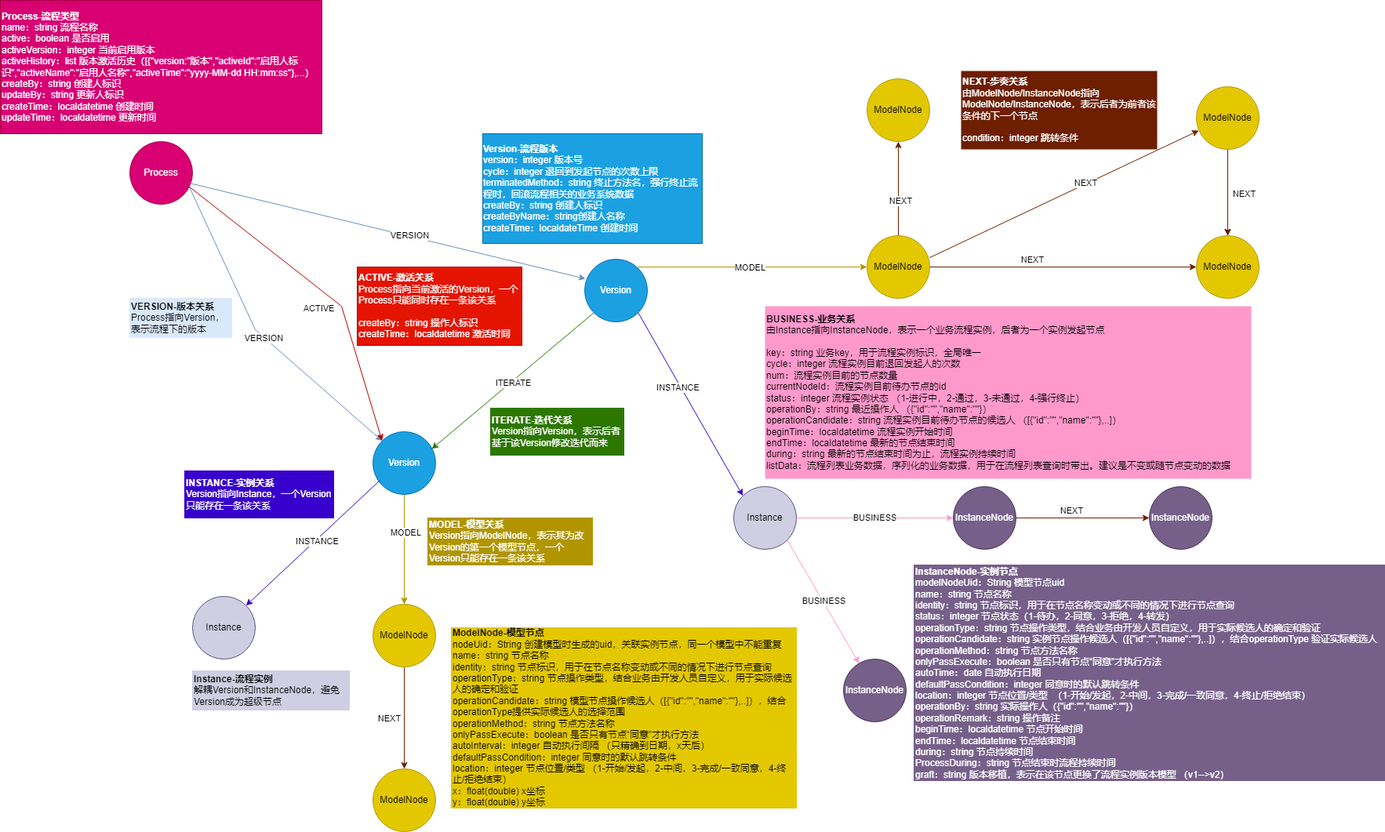
Before: src/main/resources/model/NeoFlow数据建模.png, a diagram exported from draw.io (PC8650/NeoFlow). Source tidied: cells renumbered, new cells last; positions are measured from the earlier drawing's top-left corner, leaving out a move shared by most shapes.
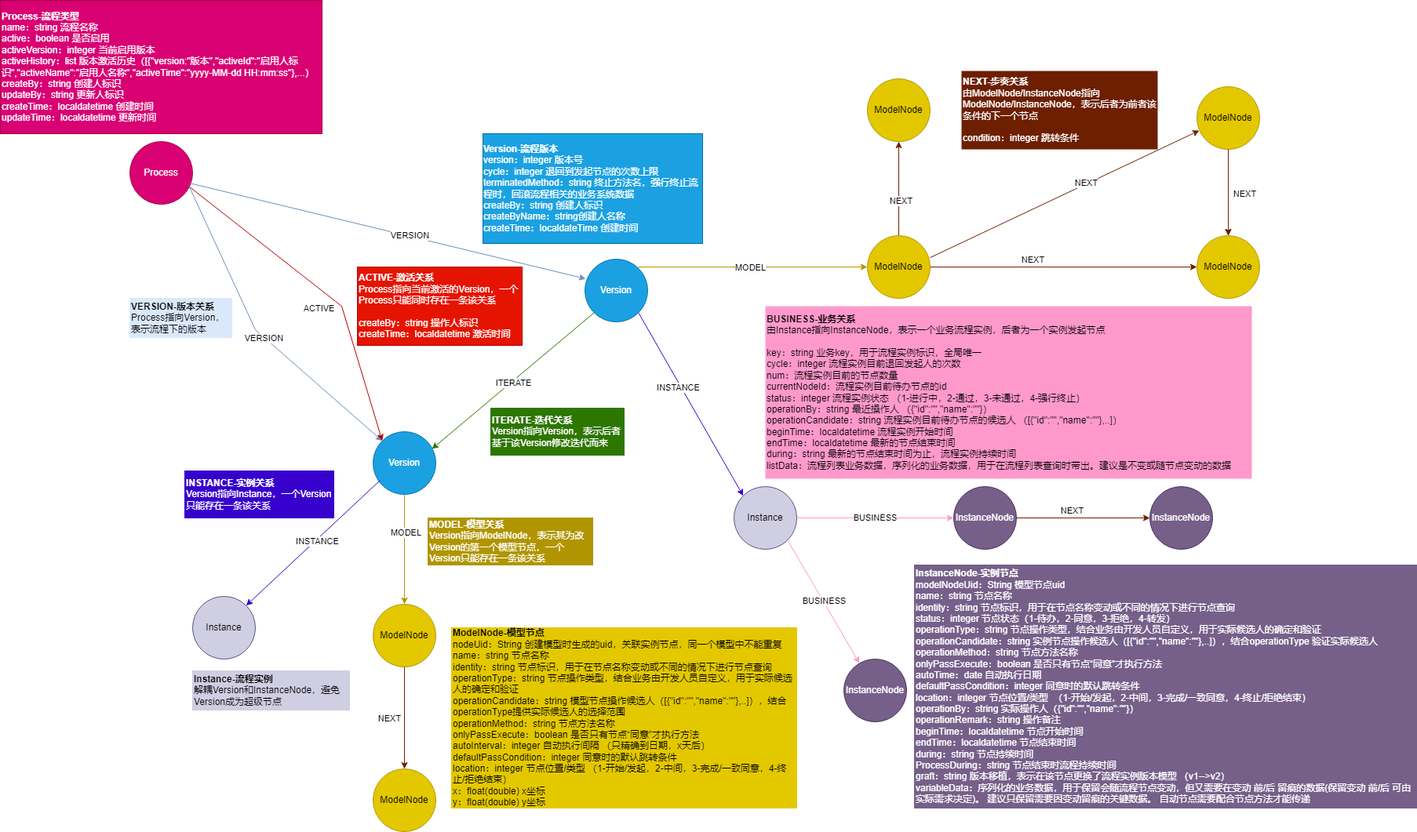
After the commit.

Change to the diagram source:
```diff
@@ -185,8 +185,8 @@
     <mxCell id="52" value="&lt;b&gt;ModelNode-模型节点&lt;/b&gt;&lt;div&gt;&lt;div style=&quot;&quot;&gt;nodeUid：String 创建模型时生成的uid，关联实例节点，同一个模型中不能重复&lt;/div&gt;&lt;div style=&quot;&quot;&gt;name：string 节点名称&lt;/div&gt;&lt;div style=&quot;&quot;&gt;identity：string 节点标识，用于在节点名称变动或不同的情况下进行节点查询&lt;/div&gt;&lt;div style=&quot;&quot;&gt;operationType：string 节点操作类型，结合业务由开发人员自定义，用于实际候选人的确定和验证&lt;/div&gt;&lt;div style=&quot;&quot;&gt;operationCandidate：string 模型节点操作候选人（[{&quot;id&quot;:&quot;&quot;,&quot;name&quot;:&quot;&quot;},..]），结合operationType提供实际候选人的选择范围&lt;/div&gt;&lt;div style=&quot;&quot;&gt;operationMethod：string 节点方法名称&lt;/div&gt;&lt;div style=&quot;&quot;&gt;onlyPassExecute：boolean 是否只有节点“同意”才执行方法&lt;/div&gt;&lt;div style=&quot;&quot;&gt;autoInterval：integer 自动执行间隔 （只精确到日期，x天后）&lt;/div&gt;&lt;div style=&quot;&quot;&gt;defaultPassCondition：integer 同意时的默认跳转条件&lt;/div&gt;&lt;div style=&quot;&quot;&gt;location：integer 节点位置/类型 （1-开始/发起，2-中间，3-完成/一致同意，4-终止/拒绝结束）&lt;/div&gt;&lt;div style=&quot;&quot;&gt;x：float(double) x坐标&lt;/div&gt;&lt;div style=&quot;&quot;&gt;y：float(double) y坐标&lt;/div&gt;&lt;/div&gt;" style="text;html=1;align=left;verticalAlign=middle;whiteSpace=wrap;rounded=0;fillColor=#e3c800;fontColor=#000000;strokeColor=#E3C800;" parent="1" vertex="1">
       <mxGeometry x="575" y="800" width="440" height="230" as="geometry" />
     </mxCell>
-    <mxCell id="53" value="&lt;b&gt;InstanceNode-实例节点&lt;/b&gt;&lt;div&gt;&lt;div style=&quot;&quot;&gt;modelNodeUid：String 模型节点uid&lt;/div&gt;&lt;div style=&quot;&quot;&gt;name：string 节点名称&lt;/div&gt;&lt;div style=&quot;&quot;&gt;identity：string 节点标识，用于在节点名称变动或不同的情况下进行节点查询&lt;/div&gt;&lt;div style=&quot;&quot;&gt;status：integer 节点状态（1-待办，2-同意，3-拒绝，4-转发）&lt;/div&gt;&lt;div style=&quot;&quot;&gt;operationType：string 节点操作类型，结合业务由开发人员自定义，用于实际候选人的确定和验证&lt;/div&gt;&lt;div style=&quot;&quot;&gt;operationCandidate：string 实例节点操作候选人（[{&quot;id&quot;:&quot;&quot;,&quot;name&quot;:&quot;&quot;},..]），结合operationType 验证实际候选人&lt;/div&gt;&lt;div style=&quot;&quot;&gt;operationMethod：string 节点方法名称&lt;/div&gt;&lt;div style=&quot;&quot;&gt;onlyPassExecute：boolean 是否只有节点“同意”才执行方法&lt;/div&gt;&lt;div style=&quot;&quot;&gt;autoTime：date 自动执行日期&lt;/div&gt;&lt;div style=&quot;&quot;&gt;defaultPassCondition：integer 同意时的默认跳转条件&lt;/div&gt;&lt;div style=&quot;&quot;&gt;location：integer 节点位置/类型&amp;nbsp;&amp;nbsp;&lt;span style=&quot;background-color: initial;&quot;&gt;（1-开始/发起，2-中间，3-完成/一致同意，4-终止/拒绝结束）&lt;/span&gt;&lt;/div&gt;&lt;div style=&quot;&quot;&gt;operationBy：string 实际操作人（{&quot;id&quot;:&quot;&quot;,&quot;name&quot;:&quot;&quot;}）&lt;/div&gt;&lt;div style=&quot;&quot;&gt;operationRemark：string 操作备注&lt;/div&gt;&lt;div style=&quot;&quot;&gt;beginTime：localdatetime 节点开始时间&lt;/div&gt;&lt;div style=&quot;&quot;&gt;endTime：localdatetime 节点结束时间&lt;/div&gt;&lt;div style=&quot;&quot;&gt;during：string 节点持续时间&lt;/div&gt;&lt;div style=&quot;&quot;&gt;ProcessDuring：string 节点结束时流程持续时间&lt;/div&gt;&lt;/div&gt;&lt;div style=&quot;&quot;&gt;graft：string&amp;nbsp;版本移植，表示在该节点更换了流程实例版本模型 （v1--&amp;gt;v2）&lt;/div&gt;" style="text;html=1;align=left;verticalAlign=middle;whiteSpace=wrap;rounded=0;fillColor=#76608a;fontColor=#ffffff;strokeColor=#76608a;" parent="1" vertex="1">
-      <mxGeometry x="1165" y="720" width="600" height="275" as="geometry" />
+    <mxCell id="53" value="&lt;b&gt;InstanceNode-实例节点&lt;/b&gt;&lt;div&gt;&lt;div&gt;modelNodeUid：String 模型节点uid&lt;/div&gt;&lt;div&gt;name：string 节点名称&lt;/div&gt;&lt;div&gt;identity：string 节点标识，用于在节点名称变动或不同的情况下进行节点查询&lt;/div&gt;&lt;div&gt;status：integer 节点状态（1-待办，2-同意，3-拒绝，4-转发）&lt;/div&gt;&lt;div&gt;operationType：string 节点操作类型，结合业务由开发人员自定义，用于实际候选人的确定和验证&lt;/div&gt;&lt;div&gt;operationCandidate：string 实例节点操作候选人（[{&quot;id&quot;:&quot;&quot;,&quot;name&quot;:&quot;&quot;},..]），结合operationType 验证实际候选人&lt;/div&gt;&lt;div&gt;operationMethod：string 节点方法名称&lt;/div&gt;&lt;div&gt;onlyPassExecute：boolean 是否只有节点“同意”才执行方法&lt;/div&gt;&lt;div&gt;autoTime：date 自动执行日期&lt;/div&gt;&lt;div&gt;defaultPassCondition：integer 同意时的默认跳转条件&lt;/div&gt;&lt;div&gt;location：integer 节点位置/类型&amp;nbsp;&amp;nbsp;&lt;span&gt;（1-开始/发起，2-中间，3-完成/一致同意，4-终止/拒绝结束）&lt;/span&gt;&lt;/div&gt;&lt;div&gt;operationBy：string 实际操作人（{&quot;id&quot;:&quot;&quot;,&quot;name&quot;:&quot;&quot;}）&lt;/div&gt;&lt;div&gt;operationRemark：string 操作备注&lt;/div&gt;&lt;div&gt;beginTime：localdatetime 节点开始时间&lt;/div&gt;&lt;div&gt;endTime：localdatetime 节点结束时间&lt;/div&gt;&lt;div&gt;during：string 节点持续时间&lt;/div&gt;&lt;div&gt;ProcessDuring：string 节点结束时流程持续时间&lt;/div&gt;&lt;/div&gt;&lt;div&gt;graft：string&amp;nbsp;版本移植，表示在该节点更换了流程实例版本模型 （v1--&amp;gt;v2）&lt;/div&gt;&lt;div&gt;variableData：序列化的业务数据，用于保留会随流程节点变动，但又需要在变动 前/后 留痕的数据(保留变动 前/后 可由实际需求决定)。 建议只保留需要因变动留痕的关键数据。 自动节点需要配合节点方法才能传递&lt;br&gt;&lt;/div&gt;" style="text;html=1;align=left;verticalAlign=middle;whiteSpace=wrap;rounded=0;fillColor=#76608a;fontColor=#ffffff;strokeColor=#76608a;" parent="1" vertex="1">
+      <mxGeometry x="1165" y="720" width="640" height="310" as="geometry" />
     </mxCell>
     <mxCell id="54" value="&lt;b&gt;ACTIVE-激活关系&lt;/b&gt;&lt;div&gt;Process指向当前激活的Version，一个Process只能同时存在一条该关系&lt;/div&gt;&lt;div&gt;&lt;br&gt;&lt;/div&gt;&lt;div&gt;createBy：string&amp;nbsp;操作人标识&lt;/div&gt;&lt;div&gt;createTime：localdatetime&amp;nbsp;激活时间&lt;/div&gt;" style="text;html=1;align=left;verticalAlign=middle;whiteSpace=wrap;rounded=0;fillColor=#e51400;fontColor=#ffffff;strokeColor=#B20000;" parent="1" vertex="1">
       <mxGeometry x="455" y="340" width="210" height="100" as="geometry" />
```
